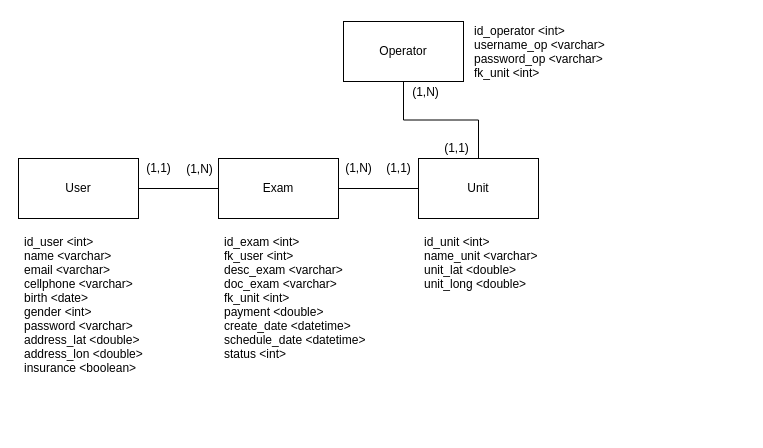
Above: database/openclinic-db.drawio in felipe-dias-azevedo/open-clinic (draw.io), before the change. Source tidied: cells renumbered, new cells numbered last; positions are measured from the earlier drawing's top-left corner, leaving out a move shared by most shapes. Both pictures are drawn from the tidied source at 100%, with x=0, y=0 at pixel (18, 17).
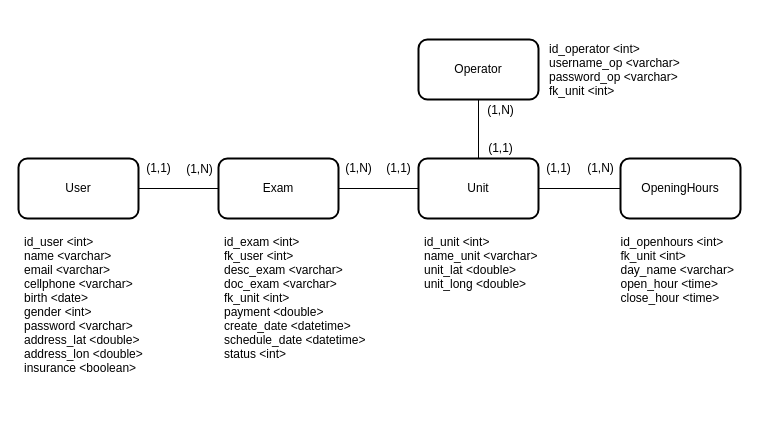
Above is the later version.

Commit message (it also covers changes not shown here):
update on db schema model

What changed in the source:
```diff
@@
-    <mxCell id="3" value="User" style="rounded=0;whiteSpace=wrap;html=1;" parent="1" vertex="1">
+    <mxCell id="3" value="User" style="rounded=1;whiteSpace=wrap;html=1;strokeWidth=2;" parent="1" vertex="1">
       <mxGeometry y="141" width="120" height="60" as="geometry" />
     </mxCell>
@@
-    <mxCell id="5" value="Exam" style="rounded=0;whiteSpace=wrap;html=1;" parent="1" vertex="1">
+    <mxCell id="5" value="Exam" style="rounded=1;whiteSpace=wrap;html=1;strokeWidth=2;" parent="1" vertex="1">
       <mxGeometry x="200" y="141" width="120" height="60" as="geometry" />
     </mxCell>
-    <mxCell id="6" value="Unit" style="rounded=0;whiteSpace=wrap;html=1;" parent="1" vertex="1">
+    <mxCell id="6" value="Unit" style="rounded=1;whiteSpace=wrap;html=1;strokeWidth=2;" parent="1" vertex="1">
       <mxGeometry x="400" y="141" width="120" height="60" as="geometry" />
     </mxCell>
@@
-    <mxCell id="14" value="Operator" style="rounded=0;whiteSpace=wrap;html=1;" parent="1" vertex="1">
-      <mxGeometry x="325" y="4" width="120" height="60" as="geometry" />
+    <mxCell id="14" value="Operator" style="rounded=1;whiteSpace=wrap;html=1;strokeWidth=2;" parent="1" vertex="1">
+      <mxGeometry x="400" y="22" width="120" height="60" as="geometry" />
     </mxCell>
@@
     <mxCell id="16" value="(1,1)" style="text;html=1;align=center;verticalAlign=middle;" parent="1" vertex="1">
-      <mxGeometry x="418" y="121" width="40" height="20" as="geometry" />
+      <mxGeometry x="461.5" y="121" width="40" height="20" as="geometry" />
     </mxCell>
     <mxCell id="17" value="(1,N)" style="text;html=1;align=center;verticalAlign=middle;" parent="1" vertex="1">
-      <mxGeometry x="388" y="66" width="37" height="17" as="geometry" />
+      <mxGeometry x="463" y="84" width="37" height="17" as="geometry" />
     </mxCell>
     <mxCell id="18" value="id_operator &lt;int&gt;&#10;username_op &lt;varchar&gt;&#10;password_op &lt;varchar&gt;&#10;fk_unit &lt;int&gt;" style="text;strokeColor=none;fillColor=none;align=left;verticalAlign=top;spacingLeft=4;spacingRight=4;overflow=hidden;" parent="1" vertex="1">
-      <mxGeometry x="450" width="149" height="90" as="geometry" />
+      <mxGeometry x="525" y="18" width="149" height="90" as="geometry" />
     </mxCell>
+    <mxCell id="19" value="OpeningHours" style="rounded=1;whiteSpace=wrap;html=1;strokeWidth=2;" parent="1" vertex="1">
+      <mxGeometry x="602" y="141" width="120" height="60" as="geometry" />
+    </mxCell>
+    <mxCell id="20" style="edgeStyle=orthogonalEdgeStyle;rounded=0;jettySize=auto;html=1;entryX=0;entryY=0.5;entryDx=0;entryDy=0;startArrow=none;startFill=0;endArrow=none;endFill=0;exitX=1;exitY=0.5;exitDx=0;exitDy=0;" parent="1" edge="1" source="6" target="19">
+      <mxGeometry relative="1" as="geometry" />
+    </mxCell>
+    <mxCell id="21" value="id_openhours &lt;int&gt;&#10;fk_unit &lt;int&gt;&#10;day_name &lt;varchar&gt;&#10;open_hour &lt;time&gt;&#10;close_hour &lt;time&gt;" style="text;strokeColor=none;fillColor=none;align=left;verticalAlign=top;spacingLeft=4;spacingRight=4;overflow=hidden;" parent="1" vertex="1">
+      <mxGeometry x="596.5" y="211" width="131" height="90" as="geometry" />
+    </mxCell>
+    <mxCell id="22" value="(1,N)" style="text;html=1;align=center;verticalAlign=middle;" parent="1" vertex="1">
+      <mxGeometry x="562" y="141" width="40" height="20" as="geometry" />
+    </mxCell>
+    <mxCell id="23" value="(1,1)" style="text;html=1;align=center;verticalAlign=middle;" parent="1" vertex="1">
+      <mxGeometry x="520" y="141" width="40" height="20" as="geometry" />
+    </mxCell>
```
